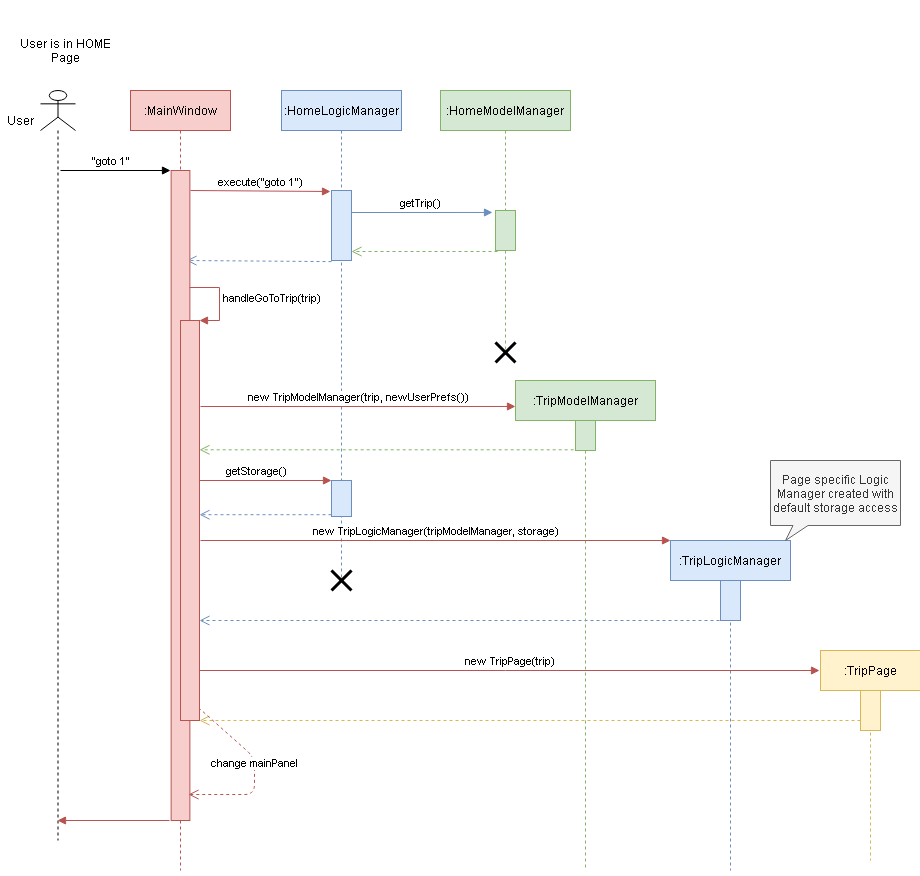
This is images/gotoCommandSequenceDiagram.png from grrrrnt/main, a draw.io export, as it was before one commit. Source tidied: cells renumbered, new cells last; positions are measured from the earlier drawing's top-left corner, leaving out a move shared by most shapes.
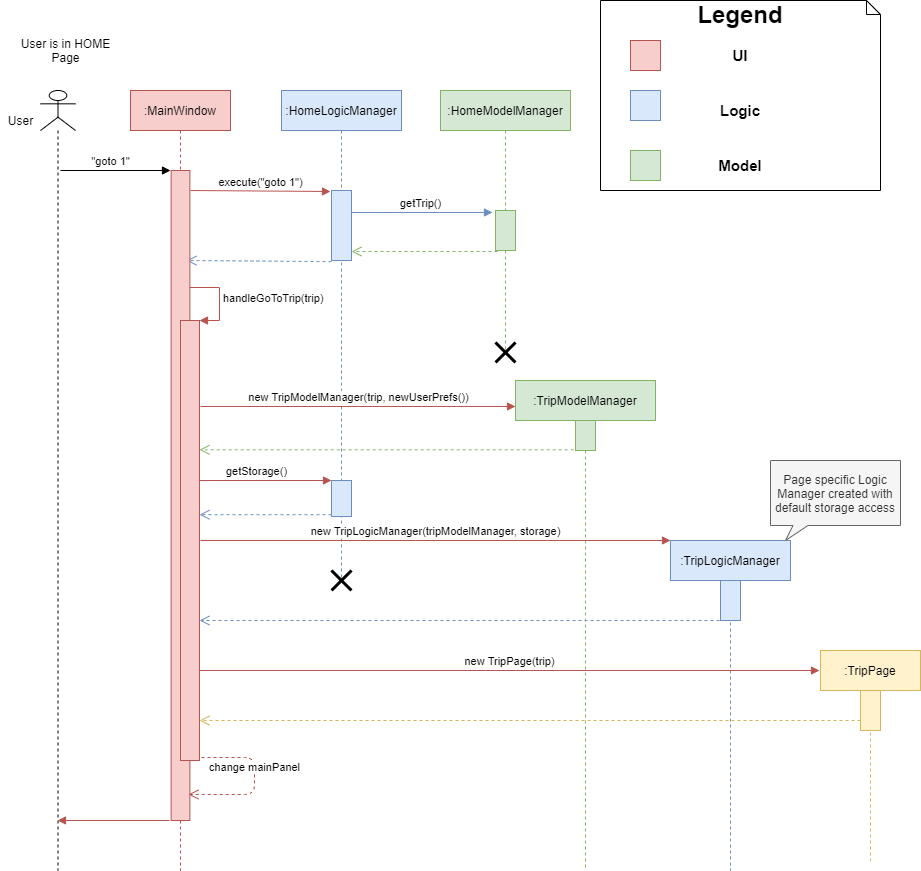
Above is the later version.

Diff of the diagram source:
```diff
@@ -27,7 +27,7 @@
       <mxGeometry x="12.5" y="40" width="105" height="20" as="geometry" />
     </mxCell>
     <mxCell id="8" style="shape=umlLifeline;participant=umlActor;perimeter=lifelinePerimeter;whiteSpace=wrap;html=1;verticalAlign=top;spacingTop=36;labelBackgroundColor=#ffffff;" parent="1" vertex="1">
-      <mxGeometry x="40" y="90" width="35" height="750" as="geometry" />
+      <mxGeometry x="40" y="90" width="35" height="780" as="geometry" />
     </mxCell>
     <mxCell id="9" value="User" style="text;html=1;align=center;verticalAlign=middle;fillColor=none;strokeColor=none;rounded=0;" parent="1" vertex="1">
       <mxGeometry y="110" width="40" height="20" as="geometry" />
@@ -100,8 +100,9 @@
     <mxCell id="26" style="html=1;perimeter=orthogonalPerimeter;fillColor=#fff2cc;strokeColor=#d6b656;" parent="25" vertex="1">
       <mxGeometry x="40" y="40" width="20" height="40" as="geometry" />
     </mxCell>
-    <mxCell id="27" value="change mainPanel" style="html=1;verticalAlign=bottom;endArrow=open;dashed=1;endSize=8;fillColor=#f8cecc;strokeColor=#b85450;exitX=0.947;exitY=0.968;exitDx=0;exitDy=0;exitPerimeter=0;entryX=0.926;entryY=0.96;entryDx=0;entryDy=0;entryPerimeter=0;" parent="1" edge="1" source="42" target="11">
+    <mxCell id="27" value="change mainPanel" style="html=1;verticalAlign=bottom;endArrow=open;dashed=1;endSize=8;fillColor=#f8cecc;strokeColor=#b85450;entryX=0.926;entryY=0.96;entryDx=0;entryDy=0;entryPerimeter=0;" parent="1" edge="1" target="11">
       <mxGeometry x="-0.21" y="-10" relative="1" as="geometry">
+        <mxPoint x="201" y="757" as="sourcePoint" />
         <Array as="points">
           <mxPoint x="254" y="757" />
           <mxPoint x="254" y="794" />
@@ -160,7 +161,7 @@
       <mxGeometry x="495" y="342" width="20" height="20" as="geometry" />
     </mxCell>
     <mxCell id="42" style="html=1;points=[];perimeter=orthogonalPerimeter;fillColor=#f8cecc;strokeColor=#b85450;" parent="1" vertex="1">
-      <mxGeometry x="180" y="320" width="19" height="400" as="geometry" />
+      <mxGeometry x="180" y="320" width="19" height="440" as="geometry" />
     </mxCell>
     <mxCell id="43" value="handleGoToTrip(trip)" style="edgeStyle=orthogonalEdgeStyle;html=1;align=left;spacingLeft=2;endArrow=block;rounded=0;entryX=1;entryY=0;fillColor=#f8cecc;strokeColor=#b85450;exitX=0.992;exitY=0.18;exitDx=0;exitDy=0;exitPerimeter=0;" parent="1" edge="1" source="11" target="42">
       <mxGeometry relative="1" as="geometry">
@@ -176,9 +177,6 @@
     <mxCell id="45" style="shape=umlDestroy;whiteSpace=wrap;html=1;strokeWidth=3;" parent="1" vertex="1">
       <mxGeometry x="331" y="570" width="20" height="20" as="geometry" />
     </mxCell>
-    <mxCell id="46" value="Text" style="text;html=1;align=center;verticalAlign=middle;fontSize=15;fontColor=#FFD966;" parent="1" vertex="1">
-      <mxGeometry x="40" y="920" width="40" height="20" as="geometry" />
-    </mxCell>
     <mxCell id="47" value="Page specific Logic Manager created with default storage access" style="whiteSpace=wrap;html=1;shape=mxgraph.basic.rectCallout;dx=30;dy=15;boundedLbl=1;fillColor=#f5f5f5;strokeColor=#666666;fontColor=#333333;" parent="1" vertex="1">
       <mxGeometry x="770" y="460" width="130" height="80" as="geometry" />
     </mxCell>
```
